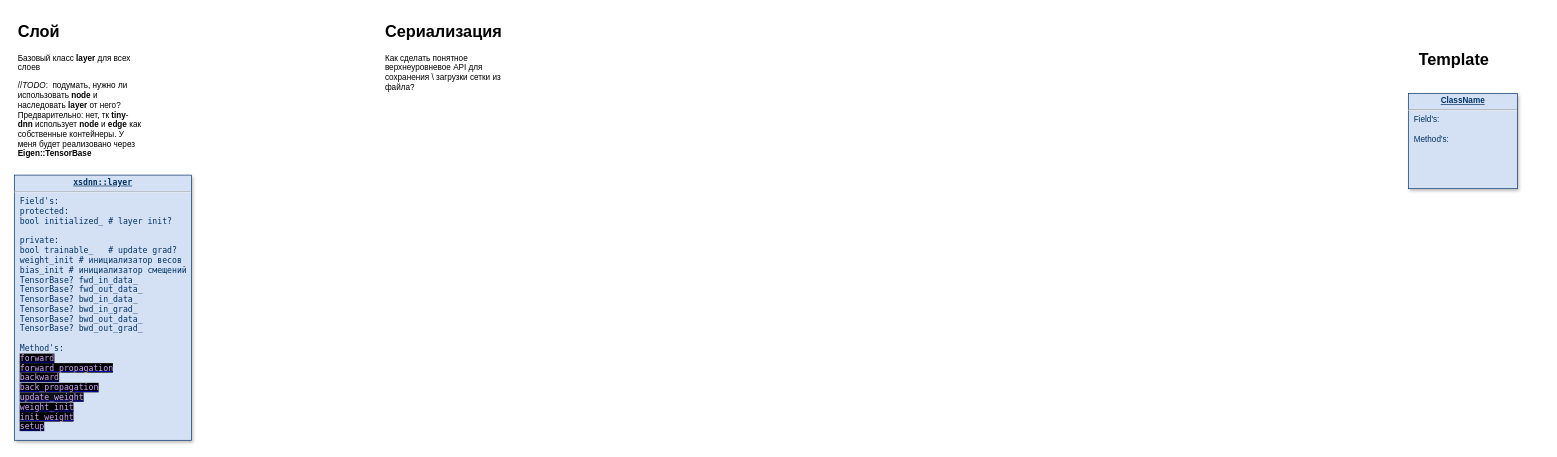
Above: page "xsdnn::main" (1 of 9) of logic.drawio in xsdnn/xsdnn (draw.io), before the change. Source tidied: cells renumbered, new cells numbered last; positions are measured from the earlier drawing's top-left corner, leaving out a move shared by most shapes. Both pictures are drawn from the tidied source at 68%, with x=0, y=0 at pixel (14, 18).
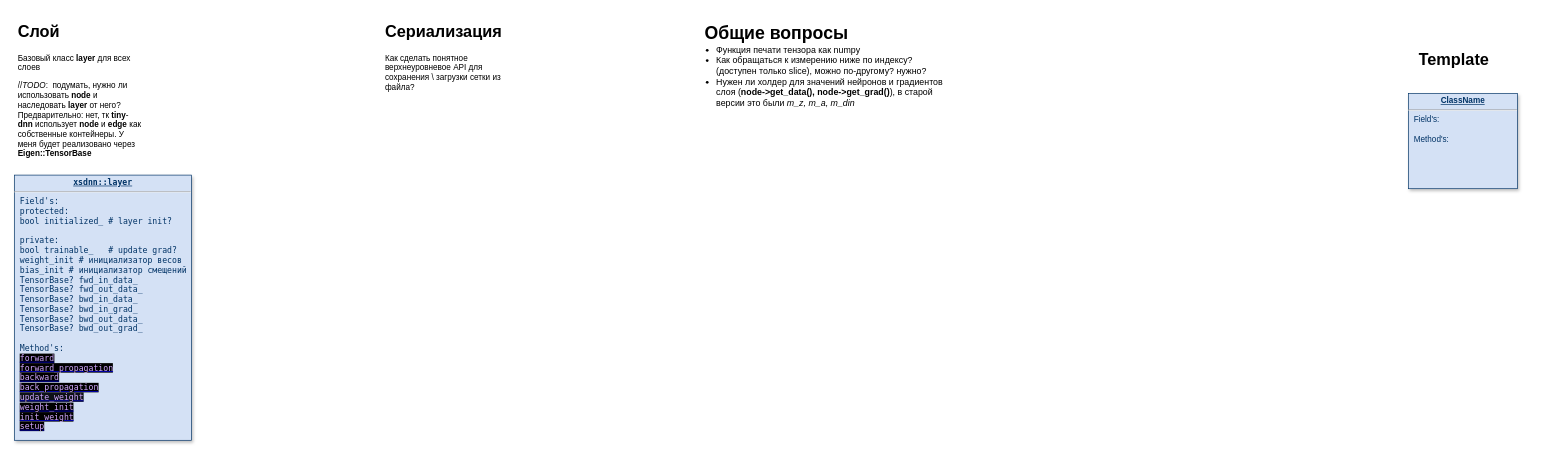
After the change.

Change to the diagram source:
```diff
@@
 <mxGraphModel>
   <root>
     <mxCell id="0" />
     <mxCell id="1" parent="0" />
     <mxCell id="2" value="&lt;p style=&quot;margin: 0px; margin-top: 4px; text-align: center; text-decoration: underline;&quot;&gt;&lt;strong&gt;ClassName&lt;/strong&gt;&lt;/p&gt;&lt;hr&gt;&lt;p style=&quot;margin: 0px; margin-left: 8px;&quot;&gt;Field's:&lt;/p&gt;&lt;p style=&quot;margin: 0px; margin-left: 8px;&quot;&gt;&lt;br&gt;&lt;/p&gt;&lt;p style=&quot;margin: 0px; margin-left: 8px;&quot;&gt;Method's:&lt;/p&gt;" style="verticalAlign=top;align=left;overflow=fill;fontSize=12;fontFamily=Helvetica;html=1;strokeColor=#003366;shadow=1;fillColor=#D4E1F5;fontColor=#003366;" parent="1" vertex="1">
       <mxGeometry x="2050" y="110" width="160" height="140" as="geometry" />
     </mxCell>
     <mxCell id="3" value="&lt;h1&gt;Слой&lt;/h1&gt;&lt;p&gt;Базовый класс &lt;b&gt;layer &lt;/b&gt;для всех слоев&lt;/p&gt;&lt;p&gt;&lt;span style=&quot;text-align: center;&quot;&gt;//&lt;i&gt;TODO&lt;/i&gt;:&amp;nbsp; подумать, нужно ли использовать &lt;b&gt;node&lt;/b&gt; и наследовать &lt;b&gt;layer&lt;/b&gt; от него? Предварительно: нет, тк &lt;b&gt;tiny&lt;/b&gt;-&lt;b&gt;dnn&lt;/b&gt; использует &lt;b&gt;node&lt;/b&gt; и &lt;b&gt;edge&lt;/b&gt; как собственные контейнеры. У меня будет реализовано через &lt;b&gt;Eigen::TensorBase&lt;/b&gt;&lt;/span&gt;&lt;br&gt;&lt;/p&gt;&lt;p&gt;&lt;br&gt;&lt;/p&gt;" style="text;html=1;strokeColor=none;fillColor=none;spacing=5;spacingTop=-20;whiteSpace=wrap;overflow=hidden;rounded=0;" parent="1" vertex="1">
       <mxGeometry width="190" height="250" as="geometry" />
     </mxCell>
     <mxCell id="4" value="&lt;h1&gt;Template&lt;/h1&gt;" style="text;html=1;strokeColor=none;fillColor=none;spacing=5;spacingTop=-20;whiteSpace=wrap;overflow=hidden;rounded=0;" parent="1" vertex="1">
       <mxGeometry x="2060" y="40" width="190" height="50" as="geometry" />
     </mxCell>
     <mxCell id="5" value="&lt;p style=&quot;margin: 0px; margin-top: 4px; text-align: center; text-decoration: underline;&quot;&gt;&lt;b&gt;xsdnn::layer&lt;/b&gt;&lt;/p&gt;&lt;hr&gt;&lt;p style=&quot;margin: 0px; margin-left: 8px;&quot;&gt;Field's:&lt;/p&gt;&lt;p style=&quot;margin: 0px; margin-left: 8px;&quot;&gt;protected:&lt;/p&gt;&lt;p style=&quot;margin: 0px; margin-left: 8px;&quot;&gt;bool initialized_ # layer init?&lt;/p&gt;&lt;p style=&quot;margin: 0px; margin-left: 8px;&quot;&gt;&lt;br&gt;&lt;/p&gt;&lt;p style=&quot;margin: 0px; margin-left: 8px;&quot;&gt;private:&lt;/p&gt;&lt;p style=&quot;margin: 0px 0px 0px 8px;&quot;&gt;bool trainable_&amp;nbsp; &amp;nbsp;# update grad?&lt;/p&gt;&lt;p style=&quot;margin: 0px 0px 0px 8px;&quot;&gt;weight_init # инициализатор весов&lt;/p&gt;&lt;p style=&quot;margin: 0px 0px 0px 8px;&quot;&gt;bias_init # инициализатор смещений&lt;/p&gt;&lt;p style=&quot;margin: 0px; margin-left: 8px;&quot;&gt;TensorBase? fwd_in_data_&lt;/p&gt;&lt;p style=&quot;margin: 0px; margin-left: 8px;&quot;&gt;TensorBase? fwd_out_data_&lt;br&gt;&lt;/p&gt;&lt;p style=&quot;margin: 0px; margin-left: 8px;&quot;&gt;TensorBase? bwd_in_data_&lt;br&gt;&lt;/p&gt;&lt;p style=&quot;margin: 0px; margin-left: 8px;&quot;&gt;TensorBase? bwd_in_grad_&lt;br&gt;&lt;/p&gt;&lt;p style=&quot;margin: 0px; margin-left: 8px;&quot;&gt;TensorBase? bwd_out_data_&lt;br&gt;&lt;/p&gt;&lt;p style=&quot;margin: 0px; margin-left: 8px;&quot;&gt;TensorBase? bwd_out_grad_&lt;br&gt;&lt;/p&gt;&lt;p style=&quot;margin: 0px; margin-left: 8px;&quot;&gt;&lt;br&gt;&lt;/p&gt;&lt;p style=&quot;margin: 0px; margin-left: 8px;&quot;&gt;Method's:&lt;/p&gt;&lt;p style=&quot;margin: 0px; margin-left: 8px;&quot;&gt;&lt;a href=&quot;data:page/id,acLyr5f8MV2qwVlqdKkI&quot;&gt;&lt;font face=&quot;ui-monospace, SFMono-Regular, SF Mono, Menlo, Consolas, Liberation Mono, monospace&quot; color=&quot;#d2a8ff&quot; style=&quot;background-color: rgb(0, 0, 0);&quot;&gt;forward&lt;/font&gt;&lt;/a&gt;&lt;/p&gt;&lt;p style=&quot;margin: 0px; margin-left: 8px;&quot;&gt;&lt;a href=&quot;data:page/id,P51iXEZZl-BP7aw9WZGj&quot;&gt;&lt;font face=&quot;ui-monospace, SFMono-Regular, SF Mono, Menlo, Consolas, Liberation Mono, monospace&quot; color=&quot;#d2a8ff&quot; style=&quot;background-color: rgb(0, 0, 0);&quot;&gt;forward_propagation&lt;/font&gt;&lt;/a&gt;&lt;/p&gt;&lt;p style=&quot;margin: 0px; margin-left: 8px;&quot;&gt;&lt;a href=&quot;data:page/id,9vZ8QekkStvvB2-BGn0U&quot;&gt;&lt;font face=&quot;ui-monospace, SFMono-Regular, SF Mono, Menlo, Consolas, Liberation Mono, monospace&quot; color=&quot;#d2a8ff&quot; style=&quot;background-color: rgb(0, 0, 0);&quot;&gt;backward&lt;/font&gt;&lt;/a&gt;&lt;/p&gt;&lt;p style=&quot;margin: 0px; margin-left: 8px;&quot;&gt;&lt;a href=&quot;data:page/id,YzGOiIOgP3fO_uxTNOQc&quot;&gt;&lt;font face=&quot;ui-monospace, SFMono-Regular, SF Mono, Menlo, Consolas, Liberation Mono, monospace&quot; color=&quot;#d2a8ff&quot; style=&quot;background-color: rgb(0, 0, 0);&quot;&gt;back_propagation&lt;/font&gt;&lt;/a&gt;&lt;/p&gt;&lt;p style=&quot;margin: 0px; margin-left: 8px;&quot;&gt;&lt;span style=&quot;font-family: ui-monospace, SFMono-Regular, &amp;quot;SF Mono&amp;quot;, Menlo, Consolas, &amp;quot;Liberation Mono&amp;quot;, monospace; background-color: rgb(13, 17, 23);&quot;&gt;&lt;a style=&quot;&quot; href=&quot;data:page/id,1ntwXYWYcS74xLM6uAJB&quot;&gt;&lt;font color=&quot;#d2a8ff&quot;&gt;update_weight&lt;/font&gt;&lt;/a&gt;&lt;/span&gt;&lt;br&gt;&lt;/p&gt;&lt;p style=&quot;margin: 0px; margin-left: 8px;&quot;&gt;&lt;a style=&quot;background-color: rgb(0, 0, 0);&quot; href=&quot;data:page/id,imFPhnd7Cz6RNdqDAHEO&quot;&gt;&lt;font face=&quot;ui-monospace, SFMono-Regular, SF Mono, Menlo, Consolas, Liberation Mono, monospace&quot; color=&quot;#d2a8ff&quot;&gt;weight_init&lt;/font&gt;&lt;/a&gt;&lt;/p&gt;&lt;p style=&quot;margin: 0px; margin-left: 8px;&quot;&gt;&lt;a style=&quot;background-color: rgb(0, 0, 0);&quot; href=&quot;data:page/id,p6dzrHT5QFA6u9v4Chr_&quot;&gt;&lt;font color=&quot;#d2a8ff&quot;&gt;init_weight&lt;/font&gt;&lt;/a&gt;&lt;/p&gt;&lt;p style=&quot;margin: 0px; margin-left: 8px;&quot;&gt;&lt;a style=&quot;background-color: rgb(0, 0, 0);&quot; href=&quot;data:page/id,uzz6QVAgYd6YLyIYvyyA&quot;&gt;&lt;font color=&quot;#d2a8ff&quot;&gt;setup&lt;/font&gt;&lt;/a&gt;&lt;/p&gt;" style="verticalAlign=top;align=left;overflow=fill;fontSize=12;fontFamily=ui-monospace, SFMono-Regular, &quot;SF Mono&quot;, Menlo, Consolas, &quot;Liberation Mono&quot;, monospace;html=1;strokeColor=#003366;shadow=1;fillColor=#D4E1F5;fontColor=#003366;" parent="1" vertex="1">
       <mxGeometry y="230" width="260" height="390" as="geometry" />
     </mxCell>
     <mxCell id="6" value="&lt;h1&gt;Сериализация&lt;/h1&gt;&lt;p&gt;Как сделать понятное верхнеуровневое API для сохранения \ загрузки сетки из файла?&amp;nbsp;&lt;/p&gt;" style="text;html=1;strokeColor=none;fillColor=none;spacing=5;spacingTop=-20;whiteSpace=wrap;overflow=hidden;rounded=0;" parent="1" vertex="1">
       <mxGeometry x="540" width="190" height="120" as="geometry" />
     </mxCell>
+    <mxCell id="7" value="&lt;h1&gt;Общие вопросы&lt;/h1&gt;&lt;p&gt;&lt;br&gt;&lt;/p&gt;" style="text;html=1;strokeColor=none;fillColor=none;spacing=5;spacingTop=-20;whiteSpace=wrap;overflow=hidden;rounded=0;fontSize=13;" parent="1" vertex="1">
+      <mxGeometry x="1010" width="270" height="120" as="geometry" />
+    </mxCell>
+    <mxCell id="8" value="&lt;ul&gt;&lt;li&gt;Функция печати тензора как numpy&lt;/li&gt;&lt;li&gt;Как обращаться к измерению ниже по индексу? (доступен только slice), можно по-другому? нужно?&amp;nbsp;&lt;/li&gt;&lt;li&gt;Нужен ли холдер для значений нейронов и градиентов слоя (&lt;b&gt;node-&amp;gt;get_data(), node-&amp;gt;get_grad()&lt;/b&gt;), в старой версии это были &lt;i&gt;m_z, m_a, m_din&lt;/i&gt;&lt;/li&gt;&lt;/ul&gt;" style="text;strokeColor=none;fillColor=none;html=1;whiteSpace=wrap;verticalAlign=middle;overflow=hidden;fontSize=13;" parent="1" vertex="1">
+      <mxGeometry x="990" y="10" width="390" height="150" as="geometry" />
+    </mxCell>
   </root>
 </mxGraphModel>
```
